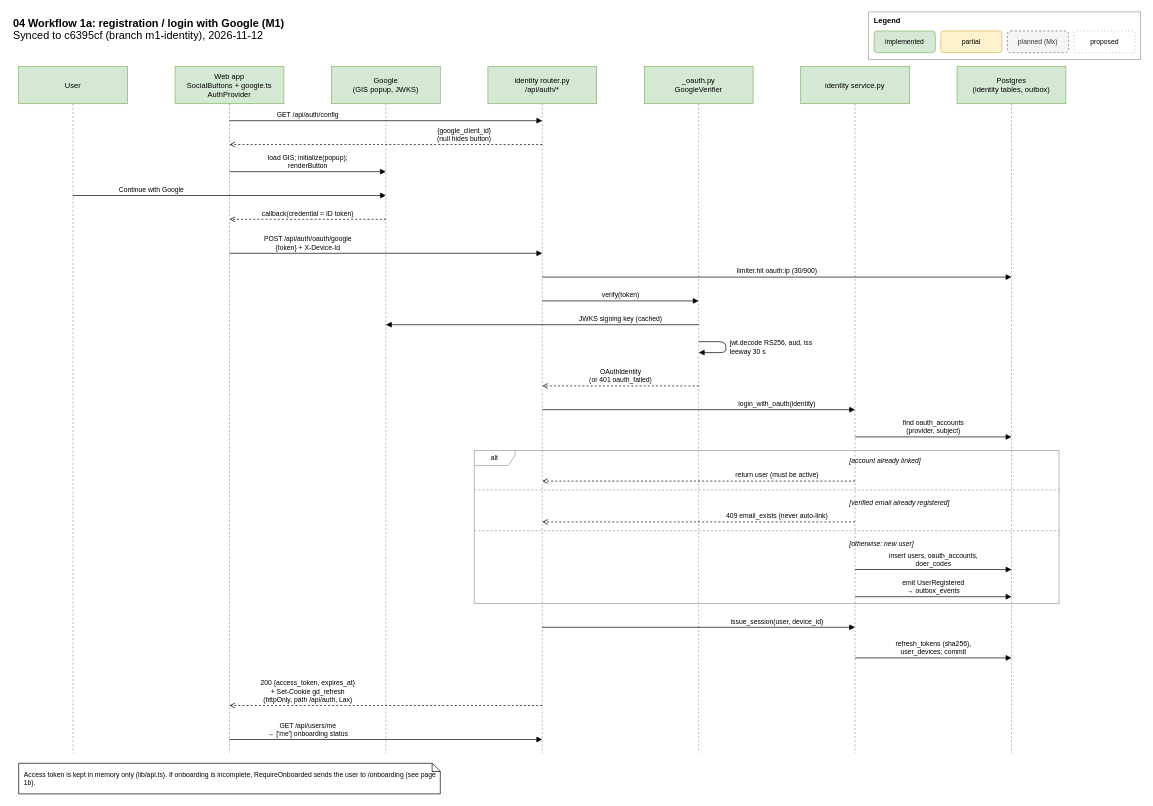
Above: page "1a Google sign-in (sequence)" (1 of 7) of docs/architecture/04-workflows.drawio in Ismail94M/Good-Deeds (draw.io), before the change. Source tidied: cells renumbered, new cells numbered last; positions are measured from the earlier drawing's top-left corner, leaving out a move shared by most shapes. Both pictures are drawn from the tidied source at 68%, with x=0, y=0 at pixel (12, 12).
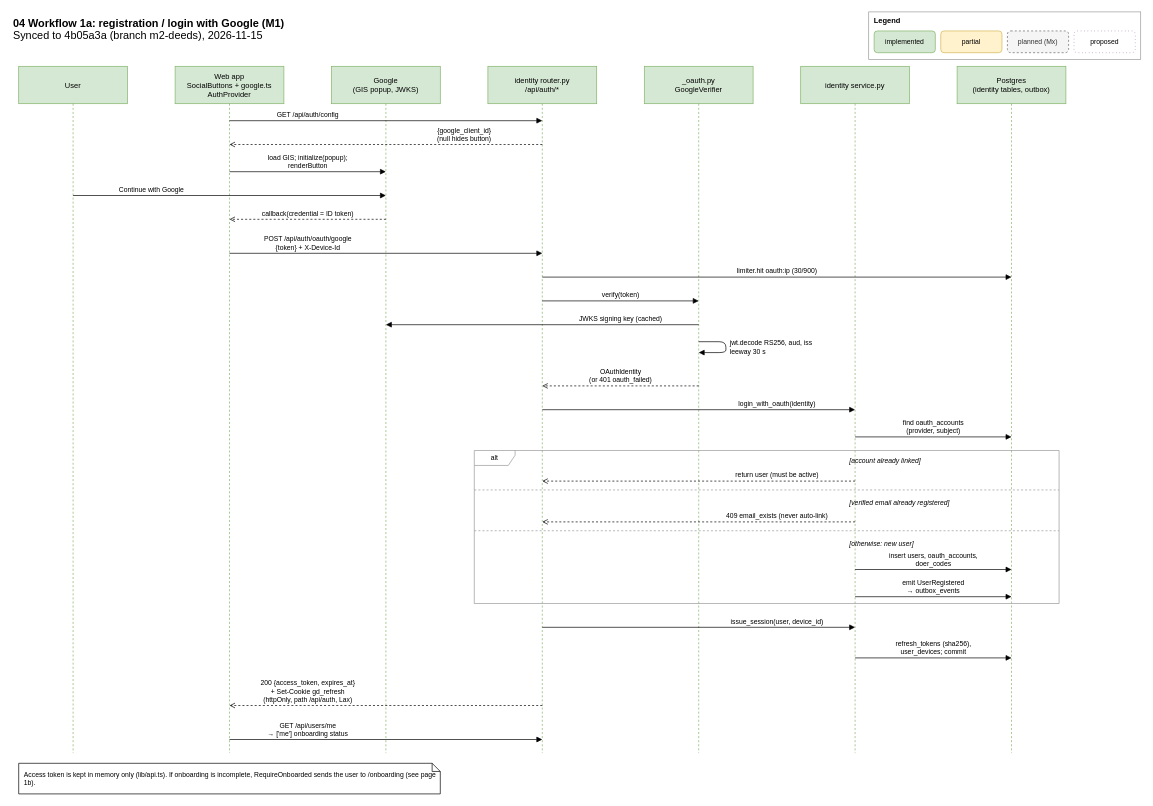
After the change.

Change to the diagram source:
```diff
@@
-    <mxCell id="2" value="&lt;b&gt;04 Workflow 1a: registration / login with Google (M1)&lt;/b&gt;&lt;br&gt;Synced to c6395cf (branch m1-identity), 2026-11-12" style="text;html=1;align=left;verticalAlign=top;fontSize=16;strokeColor=none;fillColor=none;" parent="1" vertex="1">
+    <mxCell id="2" value="&lt;b&gt;04 Workflow 1a: registration / login with Google (M1)&lt;/b&gt;&lt;br&gt;Synced to 4b05a3a (branch m2-deeds), 2026-11-15" style="text;html=1;align=left;verticalAlign=top;fontSize=16;strokeColor=none;fillColor=none;" parent="1" vertex="1">
       <mxGeometry width="900" height="50" as="geometry" />
     </mxCell>
```
